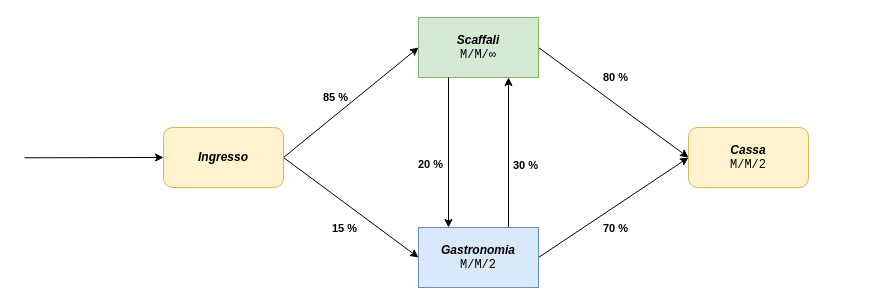
This is imgs/modello.drawio from CristianCosci/SupermarketSimulator, a draw.io file, before an edit. Source tidied: cells renumbered, new cells numbered last; positions are measured from the earlier drawing's top-left corner, leaving out a move shared by most shapes. Both pictures are drawn from the tidied source at 100%, with x=0, y=0 at pixel (24, 17).
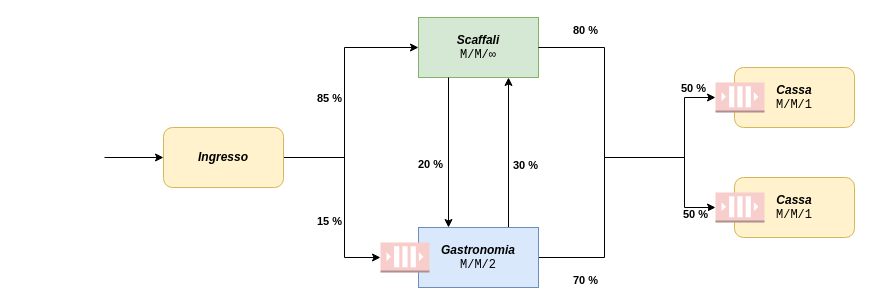
After the change.

Commit message (it also covers changes not shown here):
Aggiornata Immagine Modello

Aggiornata immagine del modello con relativo file draw.io

Unchanged cells that the change refers to:
```xml
<mxCell id="7" value="&lt;b&gt;&lt;i&gt;Ingresso&lt;/i&gt;&lt;/b&gt;" style="rounded=1;whiteSpace=wrap;html=1;fillColor=#fff2cc;strokeColor=#d6b656;" parent="1" vertex="1">
  <mxGeometry x="139" y="110" width="120" height="60" as="geometry" />
</mxCell>
<mxCell id="12" value="&lt;b&gt;&lt;i&gt;Scaffali&lt;/i&gt;&lt;/b&gt;&lt;br&gt;&lt;font face=&quot;Courier New&quot;&gt;M/M/∞&lt;/font&gt;" style="rounded=0;whiteSpace=wrap;html=1;fillColor=#d5e8d4;strokeColor=#82b366;" parent="1" vertex="1">
  <mxGeometry x="394" width="120" height="60" as="geometry" />
</mxCell>
```

The edit, as a diff of the source:
```diff
@@
-    <mxCell id="2" style="rounded=0;jettySize=auto;html=1;entryX=0;entryY=0.5;entryDx=0;entryDy=0;exitX=1;exitY=0.5;exitDx=0;exitDy=0;" parent="1" edge="1" source="7" target="12">
-      <mxGeometry relative="1" as="geometry" />
+    <mxCell id="2" style="rounded=0;jettySize=auto;html=1;entryX=0;entryY=0.5;entryDx=0;entryDy=0;exitX=1;exitY=0.5;exitDx=0;exitDy=0;edgeStyle=orthogonalEdgeStyle;" parent="1" edge="1" source="7" target="12">
+      <mxGeometry relative="1" as="geometry">
+        <Array as="points">
+          <mxPoint x="320" y="140" />
+          <mxPoint x="320" y="30" />
+        </Array>
+      </mxGeometry>
     </mxCell>
     <mxCell id="3" value="85 %" style="edgeLabel;html=1;align=center;verticalAlign=middle;fontStyle=1;" parent="2" vertex="1">
       <mxGeometry x="-0.13" y="-2" relative="1" as="geometry">
-        <mxPoint x="-9" y="-14" as="offset" />
+        <mxPoint x="-18" y="-14" as="offset" />
       </mxGeometry>
     </mxCell>
-    <mxCell id="4" style="edgeStyle=none;rounded=0;jettySize=auto;html=1;entryX=0;entryY=0.5;entryDx=0;entryDy=0;exitX=1;exitY=0.5;exitDx=0;exitDy=0;" parent="1" edge="1" source="7" target="17">
-      <mxGeometry relative="1" as="geometry" />
+    <mxCell id="4" style="edgeStyle=orthogonalEdgeStyle;rounded=0;jettySize=auto;html=1;entryX=0;entryY=0.5;entryDx=0;entryDy=0;exitX=1;exitY=0.5;exitDx=0;exitDy=0;entryPerimeter=0;" parent="1" edge="1" source="7" target="23">
+      <mxGeometry relative="1" as="geometry">
+        <Array as="points">
+          <mxPoint x="320" y="140" />
+          <mxPoint x="320" y="240" />
+        </Array>
+      </mxGeometry>
     </mxCell>
@@
     <mxCell id="6" style="edgeStyle=none;rounded=0;jettySize=auto;html=1;exitX=0;exitY=0.5;exitDx=0;exitDy=0;endArrow=none;endFill=0;startArrow=classic;startFill=1;" parent="1" edge="1" source="7">
       <mxGeometry relative="1" as="geometry">
-        <mxPoint y="140.3" as="targetPoint" />
+        <mxPoint x="80" y="140" as="targetPoint" />
       </mxGeometry>
     </mxCell>
@@
-    <mxCell id="10" style="edgeStyle=none;rounded=0;jettySize=auto;html=1;entryX=0;entryY=0.5;entryDx=0;entryDy=0;startArrow=none;startFill=0;endArrow=classic;endFill=1;exitX=1;exitY=0.5;exitDx=0;exitDy=0;" parent="1" edge="1" source="12" target="18">
-      <mxGeometry relative="1" as="geometry" />
-    </mxCell>
-    <mxCell id="11" value="80 %" style="edgeLabel;html=1;align=center;verticalAlign=middle;fontStyle=1;" parent="10" vertex="1">
-      <mxGeometry x="-0.17" relative="1" as="geometry">
-        <mxPoint x="14" y="-16" as="offset" />
-      </mxGeometry>
-    </mxCell>
@@
+    <mxCell id="19" style="group;" parent="1" vertex="1">
+      <mxGeometry x="660" y="139.7" width="80" height="0.3" as="geometry" />
+    </mxCell>
+    <mxCell id="10" style="edgeStyle=orthogonalEdgeStyle;rounded=0;jettySize=auto;html=1;startArrow=none;startFill=0;endArrow=classic;endFill=1;exitX=1;exitY=0.5;exitDx=0;exitDy=0;elbow=vertical;" parent="1" edge="1" source="12" target="26">
+      <mxGeometry relative="1" as="geometry">
+        <Array as="points">
+          <mxPoint x="580" y="30" />
+          <mxPoint x="580" y="140" />
+          <mxPoint x="660" y="140" />
+          <mxPoint x="660" y="80" />
+        </Array>
+      </mxGeometry>
+    </mxCell>
+    <mxCell id="11" value="80 %" style="edgeLabel;html=1;align=center;verticalAlign=middle;fontStyle=1;" parent="10" vertex="1">
+      <mxGeometry x="-0.17" relative="1" as="geometry">
+        <mxPoint x="-20" y="-96" as="offset" />
+      </mxGeometry>
+    </mxCell>
+    <mxCell id="20" value="&lt;b&gt;50 %&lt;/b&gt;" style="edgeLabel;html=1;align=center;verticalAlign=middle;" parent="10" vertex="1">
+      <mxGeometry x="0.76" relative="1" as="geometry">
+        <mxPoint x="8" y="-21" as="offset" />
+      </mxGeometry>
+    </mxCell>
-    <mxCell id="15" style="edgeStyle=none;rounded=0;jettySize=auto;html=1;entryX=0;entryY=0.5;entryDx=0;entryDy=0;startArrow=none;startFill=0;endArrow=classic;endFill=1;exitX=1;exitY=0.5;exitDx=0;exitDy=0;" parent="1" edge="1" source="17" target="18">
-      <mxGeometry relative="1" as="geometry" />
+    <mxCell id="15" style="edgeStyle=orthogonalEdgeStyle;rounded=0;jettySize=auto;html=1;startArrow=none;startFill=0;endArrow=classic;endFill=1;exitX=1;exitY=0.5;exitDx=0;exitDy=0;entryX=0;entryY=0.5;entryDx=0;entryDy=0;entryPerimeter=0;" parent="1" edge="1" source="17" target="28">
+      <mxGeometry relative="1" as="geometry">
+        <Array as="points">
+          <mxPoint x="580" y="240" />
+          <mxPoint x="580" y="140" />
+          <mxPoint x="660" y="140" />
+          <mxPoint x="660" y="190" />
+        </Array>
+      </mxGeometry>
     </mxCell>
     <mxCell id="16" value="70 %" style="edgeLabel;html=1;align=center;verticalAlign=middle;fontStyle=1;" parent="15" vertex="1">
       <mxGeometry x="-0.27" y="-2" relative="1" as="geometry">
-        <mxPoint x="20" y="5" as="offset" />
+        <mxPoint x="-22" y="75" as="offset" />
       </mxGeometry>
     </mxCell>
+    <mxCell id="21" value="&lt;b&gt;50 %&lt;/b&gt;" style="edgeLabel;html=1;align=center;verticalAlign=middle;" parent="15" vertex="1">
+      <mxGeometry x="0.79" y="-1" relative="1" as="geometry">
+        <mxPoint x="11" y="9" as="offset" />
+      </mxGeometry>
+    </mxCell>
+    <mxCell id="22" style="group;" parent="1" vertex="1">
+      <mxGeometry x="356" y="210" width="158" height="60" as="geometry" />
+    </mxCell>
-    <mxCell id="17" value="&lt;b&gt;&lt;i&gt;Gastronomia&lt;/i&gt;&lt;/b&gt;&lt;br&gt;&lt;font face=&quot;Courier New&quot;&gt;M/M/2&lt;/font&gt;" style="rounded=0;whiteSpace=wrap;html=1;fillColor=#dae8fc;strokeColor=#6c8ebf;" parent="1" vertex="1">
-      <mxGeometry x="394" y="210" width="120" height="60" as="geometry" />
+    <mxCell id="17" value="&lt;b&gt;&lt;i&gt;Gastronomia&lt;/i&gt;&lt;/b&gt;&lt;br&gt;&lt;font face=&quot;Courier New&quot;&gt;M/M/2&lt;/font&gt;" style="rounded=0;whiteSpace=wrap;html=1;fillColor=#dae8fc;strokeColor=#6c8ebf;" parent="22" vertex="1">
+      <mxGeometry x="38" width="120" height="60" as="geometry" />
     </mxCell>
+    <mxCell id="23" style="outlineConnect=0;dashed=0;verticalLabelPosition=bottom;verticalAlign=top;align=center;html=1;shape=mxgraph.aws3.queue;fillColor=#f8cecc;strokeColor=#b85450;" parent="22" vertex="1">
+      <mxGeometry y="15" width="49" height="30" as="geometry" />
+    </mxCell>
+    <mxCell id="24" style="group;" parent="1" vertex="1">
+      <mxGeometry x="691" y="50" width="139" height="60" as="geometry" />
+    </mxCell>
+    <mxCell id="25" value="&lt;b&gt;&lt;i&gt;Cassa&lt;/i&gt;&lt;/b&gt;&lt;br&gt;&lt;font face=&quot;Courier New&quot;&gt;M/M/1&lt;/font&gt;" style="rounded=1;whiteSpace=wrap;html=1;fillColor=#fff2cc;strokeColor=#d6b656;" parent="24" vertex="1">
+      <mxGeometry x="19" width="120" height="60" as="geometry" />
+    </mxCell>
+    <mxCell id="26" style="outlineConnect=0;dashed=0;verticalLabelPosition=bottom;verticalAlign=top;align=center;html=1;shape=mxgraph.aws3.queue;fillColor=#f8cecc;strokeColor=#b85450;" parent="24" vertex="1">
+      <mxGeometry y="15" width="49" height="30" as="geometry" />
+    </mxCell>
+    <mxCell id="27" style="group;" parent="1" vertex="1">
+      <mxGeometry x="691" y="160" width="139" height="60" as="geometry" />
+    </mxCell>
-    <mxCell id="18" value="&lt;b&gt;&lt;i&gt;Cassa&lt;/i&gt;&lt;/b&gt;&lt;br&gt;&lt;font face=&quot;Courier New&quot;&gt;M/M/2&lt;/font&gt;" style="rounded=1;whiteSpace=wrap;html=1;fillColor=#fff2cc;strokeColor=#d6b656;" parent="1" vertex="1">
-      <mxGeometry x="664" y="110" width="120" height="60" as="geometry" />
+    <mxCell id="18" value="&lt;b&gt;&lt;i&gt;Cassa&lt;/i&gt;&lt;/b&gt;&lt;br&gt;&lt;font face=&quot;Courier New&quot;&gt;M/M/1&lt;/font&gt;" style="rounded=1;whiteSpace=wrap;html=1;fillColor=#fff2cc;strokeColor=#d6b656;" parent="27" vertex="1">
+      <mxGeometry x="19" width="120" height="60" as="geometry" />
     </mxCell>
+    <mxCell id="28" style="outlineConnect=0;dashed=0;verticalLabelPosition=bottom;verticalAlign=top;align=center;html=1;shape=mxgraph.aws3.queue;fillColor=#f8cecc;strokeColor=#b85450;" parent="27" vertex="1">
+      <mxGeometry y="15" width="49" height="30" as="geometry" />
+    </mxCell>
```
